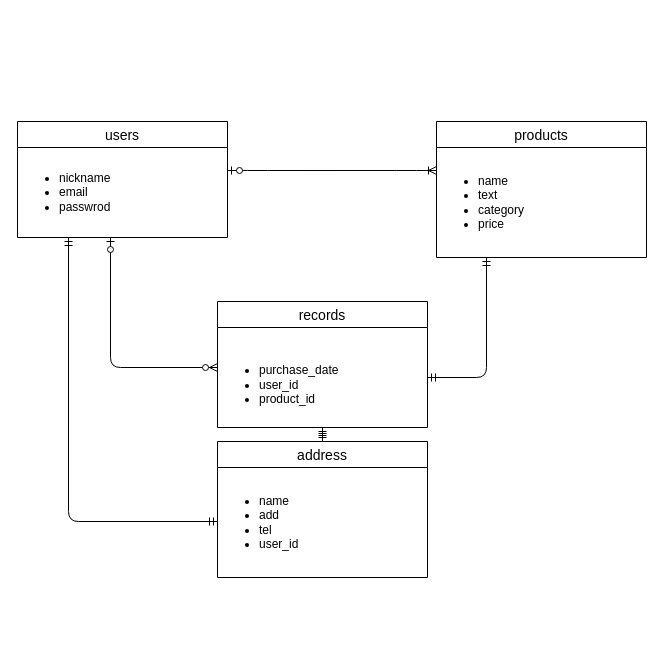
Before: furima-31696.dio in atsutomori-82/furima-31696, a draw.io diagram. Source tidied: cells renumbered, new cells numbered last; positions are measured from the earlier drawing's top-left corner, leaving out a move shared by most shapes. Both pictures are drawn from the tidied source at 100%, with x=0, y=0 at pixel (17, 121).
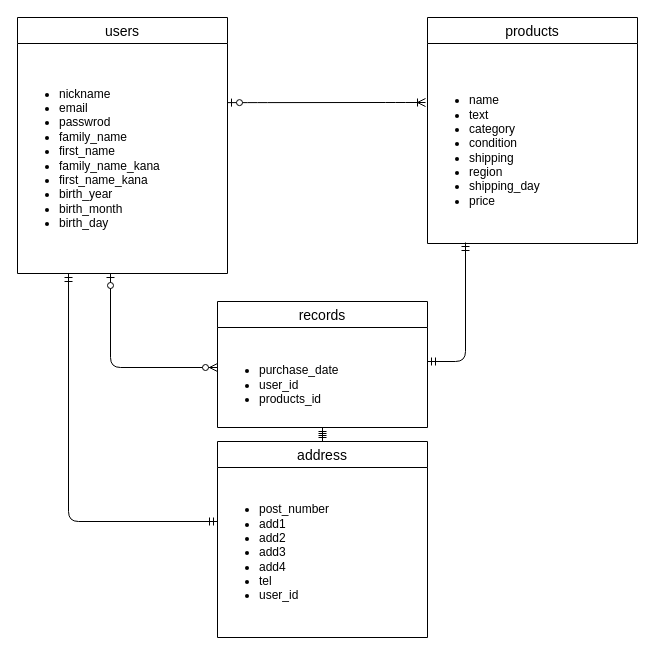
Above is the later version.

The change refers to these unchanged cells:
```xml
<mxCell id="5" value="records" style="swimlane;fontStyle=0;horizontal=1;startSize=26;align=center;fontSize=14;rounded=0;sketch=0;" parent="1" vertex="1">
  <mxGeometry x="200" y="180" width="210" height="126" as="geometry" />
</mxCell>
```

What changed in the source:
```diff
@@
-    <mxCell id="2" value="products" style="swimlane;fontStyle=0;horizontal=1;startSize=26;align=center;fontSize=14;rounded=0;sketch=0;" parent="1" vertex="1">
-      <mxGeometry x="419" width="210" height="136" as="geometry" />
-    </mxCell>
     <mxCell id="3" value="users" style="swimlane;fontStyle=0;horizontal=1;startSize=26;align=center;fontSize=14;rounded=0;sketch=0;" parent="1" vertex="1">
-      <mxGeometry width="210" height="116" as="geometry" />
+      <mxGeometry y="-104" width="210" height="256" as="geometry" />
     </mxCell>
-    <mxCell id="4" value="&lt;ul&gt;&lt;li&gt;nickname&lt;/li&gt;&lt;li&gt;email&lt;/li&gt;&lt;li&gt;passwrod&lt;/li&gt;&lt;/ul&gt;" style="text;html=1;align=left;verticalAlign=middle;points=[];" parent="3" vertex="1">
-      <mxGeometry y="26" width="210" height="90" as="geometry" />
+    <mxCell id="4" value="&lt;ul&gt;&lt;li&gt;nickname&lt;/li&gt;&lt;li&gt;email&lt;/li&gt;&lt;li&gt;passwrod&lt;/li&gt;&lt;li&gt;family_name&lt;/li&gt;&lt;li&gt;first_name&lt;/li&gt;&lt;li&gt;family_name_kana&lt;/li&gt;&lt;li&gt;first_name_kana&lt;/li&gt;&lt;li&gt;birth_year&lt;/li&gt;&lt;li&gt;birth_month&lt;/li&gt;&lt;li&gt;birth_day&lt;/li&gt;&lt;/ul&gt;" style="text;html=1;align=left;verticalAlign=middle;points=[];" parent="3" vertex="1">
+      <mxGeometry y="26" width="210" height="230" as="geometry" />
     </mxCell>
@@
-    <mxCell id="6" value="&lt;br&gt;&lt;ul&gt;&lt;li&gt;purchase_date&lt;/li&gt;&lt;li&gt;user_id&lt;/li&gt;&lt;li&gt;product_id&lt;/li&gt;&lt;/ul&gt;" style="text;html=1;align=left;verticalAlign=middle;points=[];" parent="5" vertex="1">
+    <mxCell id="6" value="&lt;br&gt;&lt;ul&gt;&lt;li&gt;purchase_date&lt;/li&gt;&lt;li&gt;user_id&lt;/li&gt;&lt;li&gt;products_id&lt;/li&gt;&lt;/ul&gt;" style="text;html=1;align=left;verticalAlign=middle;points=[];" parent="5" vertex="1">
       <mxGeometry y="26" width="210" height="100" as="geometry" />
     </mxCell>
     <mxCell id="7" value="address" style="swimlane;fontStyle=0;horizontal=1;startSize=26;align=center;fontSize=14;rounded=0;sketch=0;" parent="1" vertex="1">
-      <mxGeometry x="200" y="320" width="210" height="136" as="geometry" />
+      <mxGeometry x="200" y="320" width="210" height="196" as="geometry" />
     </mxCell>
-    <mxCell id="8" value="&lt;ul&gt;&lt;li&gt;name&lt;/li&gt;&lt;li&gt;add&lt;/li&gt;&lt;li&gt;tel&lt;/li&gt;&lt;li&gt;user_id&lt;/li&gt;&lt;/ul&gt;" style="text;html=1;align=left;verticalAlign=middle;" parent="7" vertex="1">
-      <mxGeometry y="26" width="210" height="110" as="geometry" />
+    <mxCell id="8" value="&lt;ul&gt;&lt;li&gt;post_number&lt;/li&gt;&lt;li&gt;add1&lt;/li&gt;&lt;li&gt;add2&lt;/li&gt;&lt;li&gt;add3&lt;/li&gt;&lt;li&gt;add4&lt;/li&gt;&lt;li&gt;tel&lt;/li&gt;&lt;li&gt;user_id&lt;/li&gt;&lt;/ul&gt;" style="text;html=1;align=left;verticalAlign=middle;" parent="7" vertex="1">
+      <mxGeometry y="26" width="210" height="170" as="geometry" />
     </mxCell>
@@
-    <mxCell id="10" style="edgeStyle=entityRelationEdgeStyle;fontSize=12;html=1;endArrow=ERoneToMany;startArrow=ERzeroToOne;align=center;entryX=0;entryY=0.209;entryDx=0;entryDy=0;entryPerimeter=0;" parent="1" edge="1" target="12">
-      <mxGeometry relative="1" as="geometry">
-        <mxPoint x="210" y="49" as="sourcePoint" />
-      </mxGeometry>
-    </mxCell>
-    <mxCell id="11" style="edgeStyle=elbowEdgeStyle;fontSize=12;html=1;endArrow=ERzeroToMany;startArrow=ERzeroToOne;align=center;" parent="1" edge="1">
+    <mxCell id="11" style="edgeStyle=elbowEdgeStyle;fontSize=12;html=1;endArrow=ERzeroToMany;startArrow=ERzeroToOne;align=center;" parent="1" edge="1" source="4">
       <mxGeometry relative="1" as="geometry">
-        <mxPoint x="93" y="116" as="sourcePoint" />
         <mxPoint x="200" y="246" as="targetPoint" />
         <Array as="points">
           <mxPoint x="93" y="196" />
         </Array>
       </mxGeometry>
     </mxCell>
-    <mxCell id="12" value="&lt;ul&gt;&lt;li&gt;name&lt;/li&gt;&lt;li&gt;text&lt;/li&gt;&lt;li&gt;category&lt;/li&gt;&lt;li&gt;price&lt;/li&gt;&lt;/ul&gt;" style="text;html=1;align=left;verticalAlign=middle;points=[];" parent="1" vertex="1">
-      <mxGeometry x="419" y="26" width="100" height="110" as="geometry" />
-    </mxCell>
@@
-    <mxCell id="14" style="edgeStyle=orthogonalEdgeStyle;fontSize=12;html=1;endArrow=ERmandOne;startArrow=ERmandOne;align=center;" parent="1" edge="1" source="6" target="12">
-      <mxGeometry relative="1" as="geometry" />
+    <mxCell id="14" style="edgeStyle=orthogonalEdgeStyle;fontSize=12;html=1;endArrow=ERmandOne;startArrow=ERmandOne;align=center;entryX=0.181;entryY=0.995;entryDx=0;entryDy=0;entryPerimeter=0;" parent="1" edge="1" source="6" target="15">
+      <mxGeometry relative="1" as="geometry">
+        <Array as="points">
+          <mxPoint x="448" y="240" />
+        </Array>
+      </mxGeometry>
     </mxCell>
+    <mxCell id="2" value="products" style="swimlane;fontStyle=0;horizontal=1;startSize=26;align=center;fontSize=14;rounded=0;sketch=0;" parent="1" vertex="1">
+      <mxGeometry x="410" y="-104" width="210" height="226" as="geometry" />
+    </mxCell>
+    <mxCell id="15" value="&lt;br&gt;&lt;ul&gt;&lt;li&gt;name&lt;/li&gt;&lt;li&gt;text&lt;/li&gt;&lt;li&gt;category&lt;/li&gt;&lt;li&gt;condition&lt;/li&gt;&lt;li&gt;shipping&lt;/li&gt;&lt;li&gt;region&lt;/li&gt;&lt;li&gt;shipping_day&lt;/li&gt;&lt;li&gt;price&lt;/li&gt;&lt;/ul&gt;" style="text;html=1;align=left;verticalAlign=middle;points=[];" parent="2" vertex="1">
+      <mxGeometry y="26" width="210" height="200" as="geometry" />
+    </mxCell>
+    <mxCell id="10" style="edgeStyle=entityRelationEdgeStyle;fontSize=12;html=1;endArrow=ERoneToMany;startArrow=ERzeroToOne;align=center;exitX=1;exitY=0.257;exitDx=0;exitDy=0;exitPerimeter=0;" parent="1" edge="1" source="4">
+      <mxGeometry relative="1" as="geometry">
+        <mxPoint x="408" y="-19" as="targetPoint" />
+      </mxGeometry>
+    </mxCell>
```
